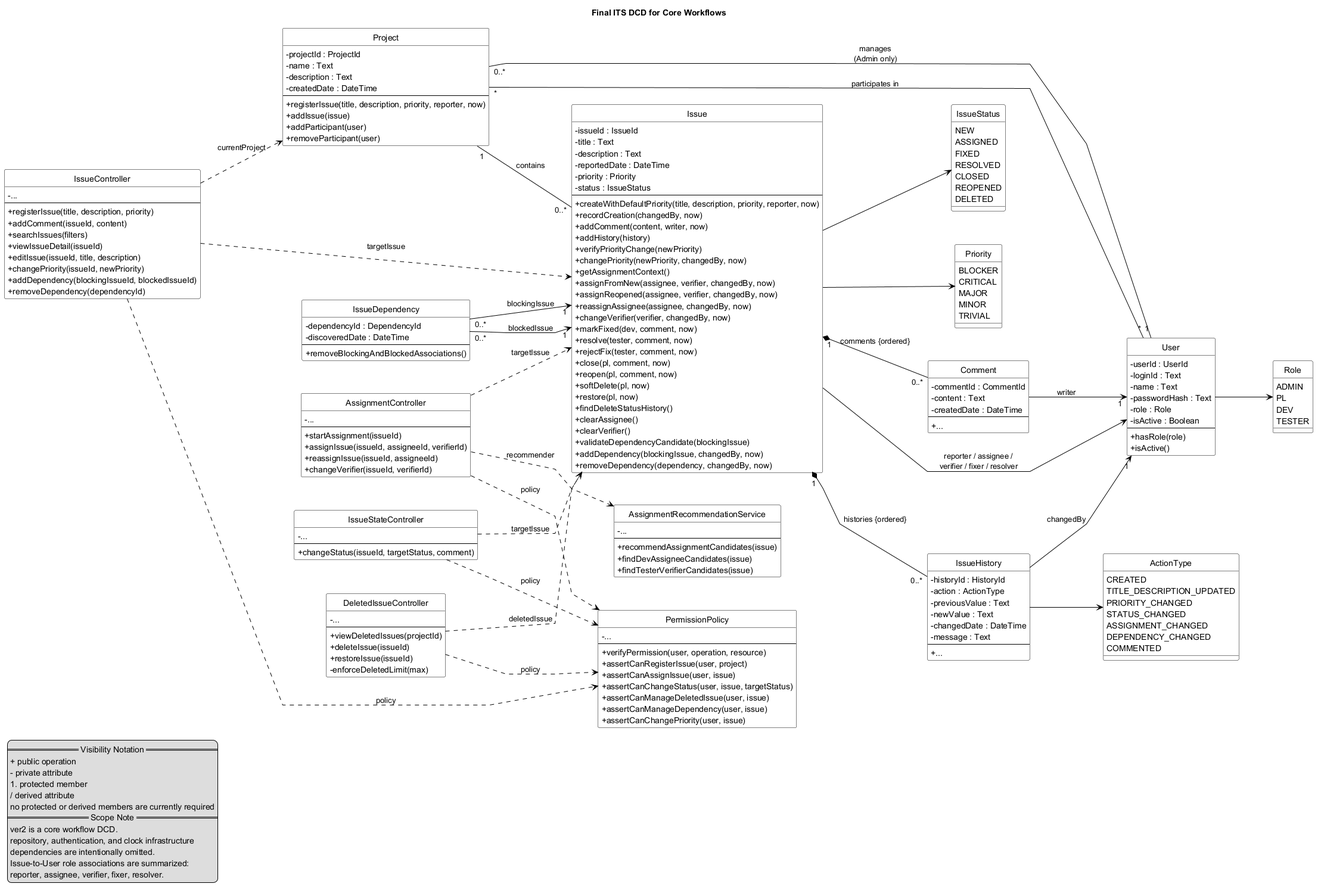
Above: docs/dcd/its_dcd_ver2.png in marcellokim/se-issue-tracker (PlantUML), before the change. Its source is kept beside it as docs/dcd/its_dcd_ver2.puml.
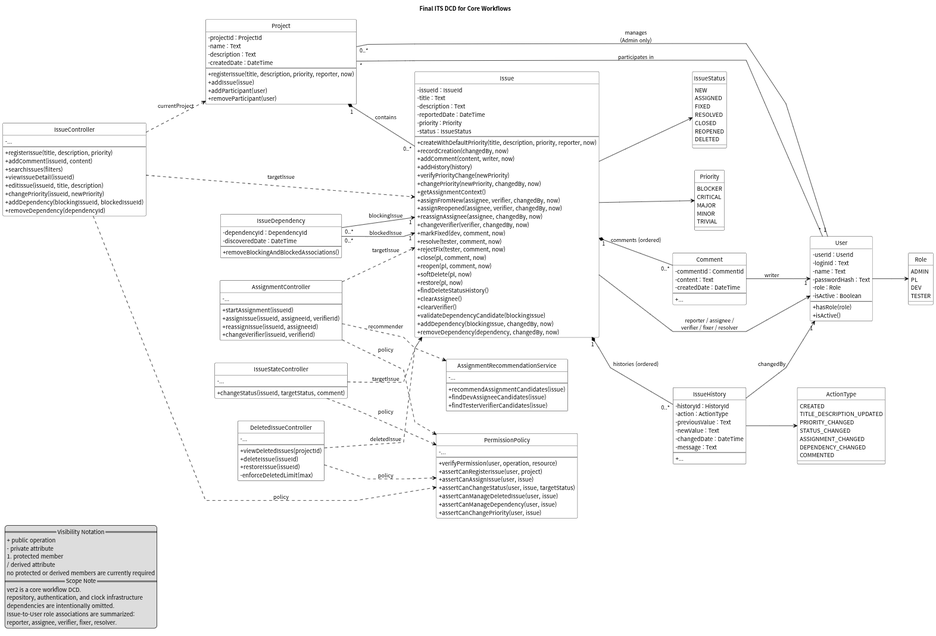
The same diagram one commit later.

The edit, as a diff of the source:
```diff
@@ -79,7 +79,7 @@
   + viewDeletedIssues(projectId)
   + deleteIssue(issueId)
   + restoreIssue(issueId)
-  - enforceDeletedLimit(max)
+- enforceDeletedLimit(max)
 }
 
 class PermissionPolicy {
@@ -223,7 +223,7 @@
 DeletedIssueController ..> Issue : deletedIssue
 DeletedIssueController ..> PermissionPolicy : policy
 
-Project "1" -- "0..*" Issue : contains
+Project "1" *-- "0..*" Issue : contains
 User "*" -- "*" Project : participates in
 User "1" -- "0..*" Project : manages\n(Admin only)
 
@@ -232,7 +232,6 @@
 
 IssueDependency "0..*" --> "1" Issue : blockingIssue
 IssueDependency "0..*" --> "1" Issue : blockedIssue
-
 
 Issue --> User : reporter / assignee /\nverifier / fixer / resolver
 
```
